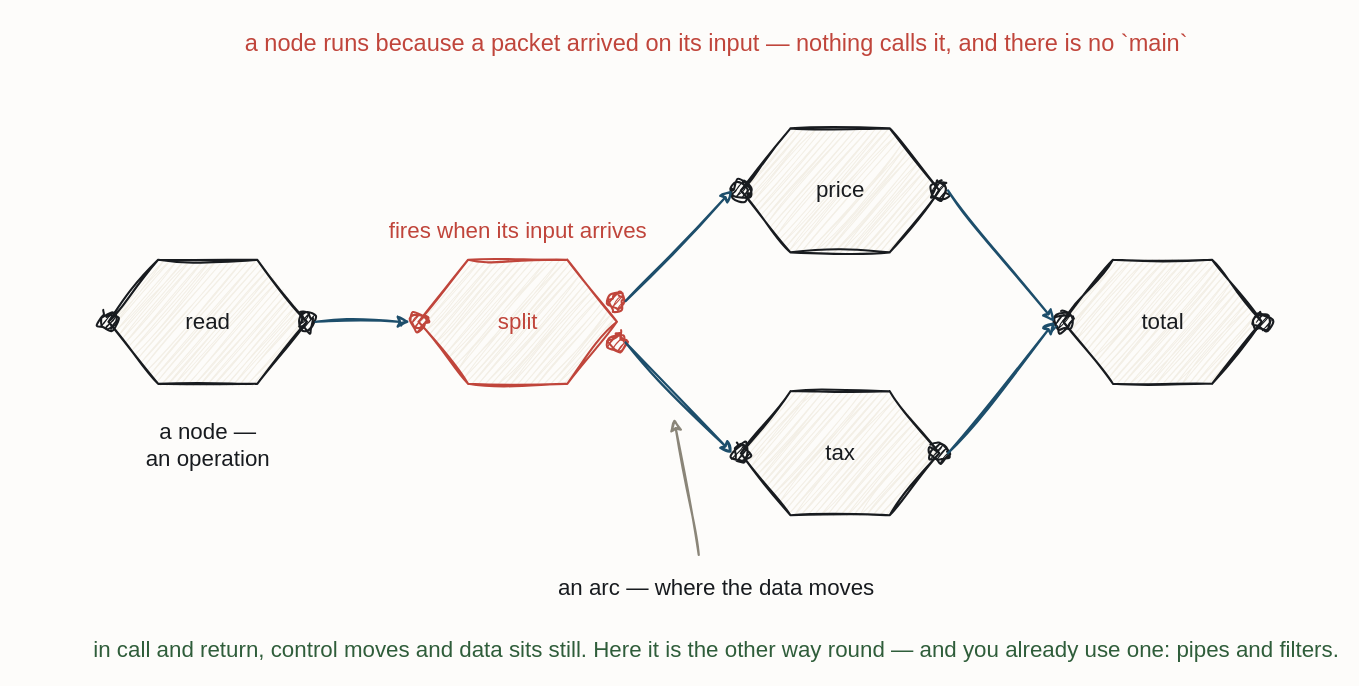
iancooper/practical-messaging keeps this draw.io diagram as resources/flow-dataflow-graph.drawio. Above is the earlier version. Source tidied: cells renumbered, new cells numbered last; positions are measured from the earlier drawing's top-left corner, leaving out a move shared by most shapes. Both pictures are drawn from the tidied source at 124%, with x=0, y=0 at pixel (99, 21).
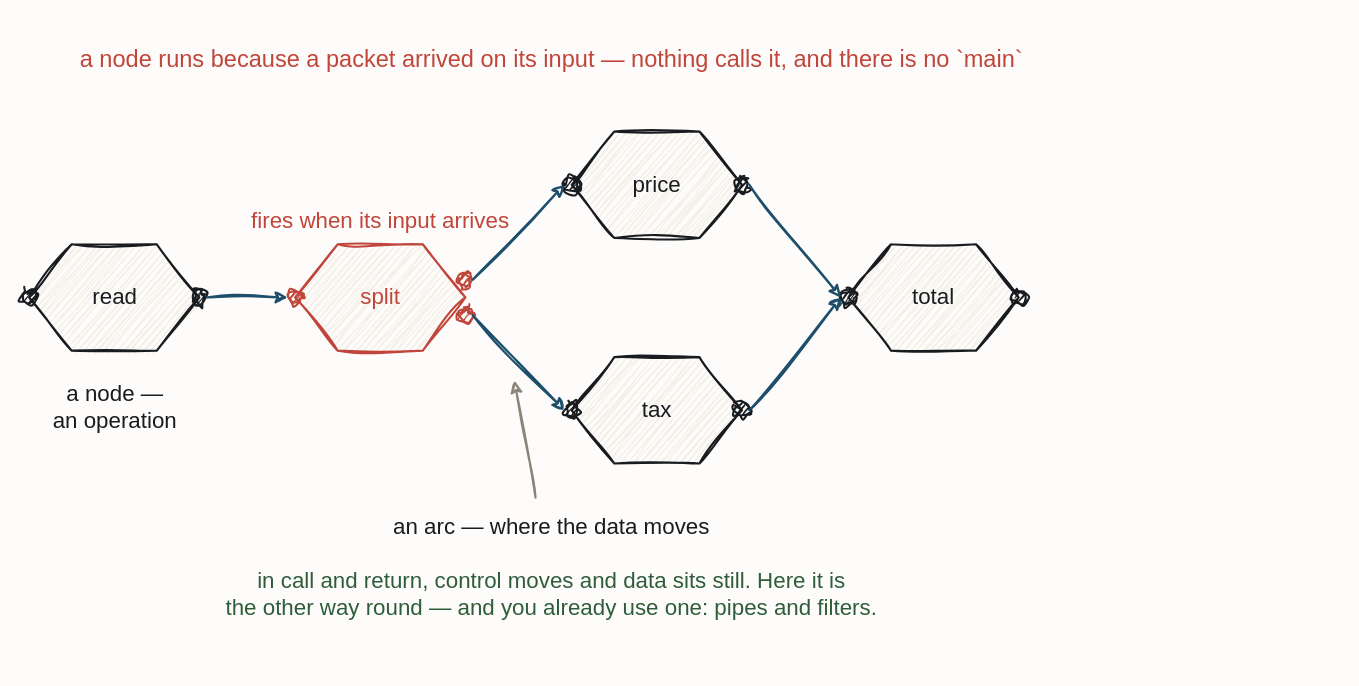
After the change.

Diff of the diagram source:
```diff
@@
     <mxCell id="2" value="a node runs because a packet arrived on its input — nothing calls it, and there is no `main`" style="text;html=1;align=center;fontFamily=Caveat;fontSize=19;fontColor=#C0453B;" parent="1" vertex="1">
-      <mxGeometry x="437" width="120" height="20" as="geometry" />
+      <mxGeometry x="303.5" y="13.1" width="120" height="20" as="geometry" />
     </mxCell>
     <mxCell id="3" value="read" style="sketch=1;hachureGap=4;jiggle=2;curveFitting=1;fontFamily=Caveat;html=1;shape=hexagon;perimeter=hexagonPerimeter2;strokeColor=#181B1F;strokeWidth=1.7;fillColor=#F3EFE6;fontColor=#181B1F;fontSize=18;" parent="1" vertex="1">
-      <mxGeometry x="7" y="192" width="160" height="100" as="geometry" />
+      <mxGeometry x="-57" y="179.5" width="137.3" height="85.8" as="geometry" />
     </mxCell>
     <mxCell id="4" style="sketch=1;hachureGap=4;jiggle=2;curveFitting=1;fontFamily=Caveat;html=1;ellipse;verticalLabelPosition=bottom;verticalAlign=top;strokeColor=#181B1F;strokeWidth=1.7;fillColor=#181B1F;fontColor=#181B1F;fontSize=14;" parent="1" vertex="1">
-      <mxGeometry y="235" width="14" height="14" as="geometry" />
+      <mxGeometry x="-63" y="216.4" width="12" height="12" as="geometry" />
     </mxCell>
     <mxCell id="5" style="sketch=1;hachureGap=4;jiggle=2;curveFitting=1;fontFamily=Caveat;html=1;ellipse;verticalLabelPosition=bottom;verticalAlign=top;strokeColor=#181B1F;strokeWidth=1.7;fillColor=#181B1F;fontColor=#181B1F;fontSize=14;" parent="1" vertex="1">
-      <mxGeometry x="160" y="235" width="14" height="14" as="geometry" />
+      <mxGeometry x="74.3" y="216.4" width="12" height="12" as="geometry" />
     </mxCell>
     <mxCell id="6" value="split" style="sketch=1;hachureGap=4;jiggle=2;curveFitting=1;fontFamily=Caveat;html=1;shape=hexagon;perimeter=hexagonPerimeter2;strokeColor=#C0453B;strokeWidth=1.7;fillColor=#F3EFE6;fontColor=#C0453B;fontSize=18;" parent="1" vertex="1">
-      <mxGeometry x="257" y="192" width="160" height="100" as="geometry" />
+      <mxGeometry x="157.5" y="179.5" width="137.3" height="85.8" as="geometry" />
     </mxCell>
     <mxCell id="7" style="sketch=1;hachureGap=4;jiggle=2;curveFitting=1;fontFamily=Caveat;html=1;ellipse;verticalLabelPosition=bottom;verticalAlign=top;strokeColor=#C0453B;strokeWidth=1.7;fillColor=#C0453B;fontColor=#C0453B;fontSize=14;" parent="1" vertex="1">
-      <mxGeometry x="250" y="235" width="14" height="14" as="geometry" />
+      <mxGeometry x="151.5" y="216.4" width="12" height="12" as="geometry" />
     </mxCell>
     <mxCell id="8" style="sketch=1;hachureGap=4;jiggle=2;curveFitting=1;fontFamily=Caveat;html=1;ellipse;verticalLabelPosition=bottom;verticalAlign=top;strokeColor=#C0453B;strokeWidth=1.7;fillColor=#C0453B;fontColor=#C0453B;fontSize=14;" parent="1" vertex="1">
-      <mxGeometry x="410" y="218.3" width="14" height="14" as="geometry" />
+      <mxGeometry x="288.8" y="202.1" width="12" height="12" as="geometry" />
     </mxCell>
     <mxCell id="9" style="sketch=1;hachureGap=4;jiggle=2;curveFitting=1;fontFamily=Caveat;html=1;ellipse;verticalLabelPosition=bottom;verticalAlign=top;strokeColor=#C0453B;strokeWidth=1.7;fillColor=#C0453B;fontColor=#C0453B;fontSize=14;" parent="1" vertex="1">
-      <mxGeometry x="410" y="251.7" width="14" height="14" as="geometry" />
+      <mxGeometry x="288.8" y="230.7" width="12" height="12" as="geometry" />
     </mxCell>
     <mxCell id="10" value="price" style="sketch=1;hachureGap=4;jiggle=2;curveFitting=1;fontFamily=Caveat;html=1;shape=hexagon;perimeter=hexagonPerimeter2;strokeColor=#181B1F;strokeWidth=1.7;fillColor=#F3EFE6;fontColor=#181B1F;fontSize=18;" parent="1" vertex="1">
-      <mxGeometry x="517" y="86" width="160" height="100" as="geometry" />
+      <mxGeometry x="380.6" y="88.6" width="137.3" height="85.8" as="geometry" />
     </mxCell>
     <mxCell id="11" style="sketch=1;hachureGap=4;jiggle=2;curveFitting=1;fontFamily=Caveat;html=1;ellipse;verticalLabelPosition=bottom;verticalAlign=top;strokeColor=#181B1F;strokeWidth=1.7;fillColor=#181B1F;fontColor=#181B1F;fontSize=14;" parent="1" vertex="1">
-      <mxGeometry x="510" y="129" width="14" height="14" as="geometry" />
+      <mxGeometry x="374.6" y="125.5" width="12" height="12" as="geometry" />
     </mxCell>
     <mxCell id="12" style="sketch=1;hachureGap=4;jiggle=2;curveFitting=1;fontFamily=Caveat;html=1;ellipse;verticalLabelPosition=bottom;verticalAlign=top;strokeColor=#181B1F;strokeWidth=1.7;fillColor=#181B1F;fontColor=#181B1F;fontSize=14;" parent="1" vertex="1">
-      <mxGeometry x="670" y="129" width="14" height="14" as="geometry" />
+      <mxGeometry x="511.9" y="125.5" width="12" height="12" as="geometry" />
     </mxCell>
     <mxCell id="13" value="tax" style="sketch=1;hachureGap=4;jiggle=2;curveFitting=1;fontFamily=Caveat;html=1;shape=hexagon;perimeter=hexagonPerimeter2;strokeColor=#181B1F;strokeWidth=1.7;fillColor=#F3EFE6;fontColor=#181B1F;fontSize=18;" parent="1" vertex="1">
-      <mxGeometry x="517" y="298" width="160" height="100" as="geometry" />
+      <mxGeometry x="380.6" y="270.5" width="137.3" height="85.8" as="geometry" />
     </mxCell>
     <mxCell id="14" style="sketch=1;hachureGap=4;jiggle=2;curveFitting=1;fontFamily=Caveat;html=1;ellipse;verticalLabelPosition=bottom;verticalAlign=top;strokeColor=#181B1F;strokeWidth=1.7;fillColor=#181B1F;fontColor=#181B1F;fontSize=14;" parent="1" vertex="1">
-      <mxGeometry x="510" y="341" width="14" height="14" as="geometry" />
+      <mxGeometry x="374.6" y="307.4" width="12" height="12" as="geometry" />
     </mxCell>
     <mxCell id="15" style="sketch=1;hachureGap=4;jiggle=2;curveFitting=1;fontFamily=Caveat;html=1;ellipse;verticalLabelPosition=bottom;verticalAlign=top;strokeColor=#181B1F;strokeWidth=1.7;fillColor=#181B1F;fontColor=#181B1F;fontSize=14;" parent="1" vertex="1">
-      <mxGeometry x="670" y="341" width="14" height="14" as="geometry" />
+      <mxGeometry x="511.9" y="307.4" width="12" height="12" as="geometry" />
     </mxCell>
     <mxCell id="16" value="total" style="sketch=1;hachureGap=4;jiggle=2;curveFitting=1;fontFamily=Caveat;html=1;shape=hexagon;perimeter=hexagonPerimeter2;strokeColor=#181B1F;strokeWidth=1.7;fillColor=#F3EFE6;fontColor=#181B1F;fontSize=18;" parent="1" vertex="1">
-      <mxGeometry x="777" y="192" width="160" height="100" as="geometry" />
+      <mxGeometry x="603.7" y="179.5" width="137.3" height="85.8" as="geometry" />
     </mxCell>
     <mxCell id="17" style="sketch=1;hachureGap=4;jiggle=2;curveFitting=1;fontFamily=Caveat;html=1;ellipse;verticalLabelPosition=bottom;verticalAlign=top;strokeColor=#181B1F;strokeWidth=1.7;fillColor=#181B1F;fontColor=#181B1F;fontSize=14;" parent="1" vertex="1">
-      <mxGeometry x="770" y="235" width="14" height="14" as="geometry" />
+      <mxGeometry x="597.7" y="216.4" width="12" height="12" as="geometry" />
     </mxCell>
     <mxCell id="18" style="sketch=1;hachureGap=4;jiggle=2;curveFitting=1;fontFamily=Caveat;html=1;ellipse;verticalLabelPosition=bottom;verticalAlign=top;strokeColor=#181B1F;strokeWidth=1.7;fillColor=#181B1F;fontColor=#181B1F;fontSize=14;" parent="1" vertex="1">
-      <mxGeometry x="930" y="235" width="14" height="14" as="geometry" />
+      <mxGeometry x="735" y="216.4" width="12" height="12" as="geometry" />
     </mxCell>
     <mxCell id="19" value="fires when its input arrives" style="text;html=1;align=center;fontFamily=Caveat;fontSize=18;fontColor=#C0453B;" parent="1" vertex="1">
-      <mxGeometry x="277" y="152" width="120" height="20" as="geometry" />
+      <mxGeometry x="166.2" y="143.5" width="120" height="20" as="geometry" />
     </mxCell>
     <mxCell id="20" value="a node —&#10;an operation" style="text;html=1;align=center;fontFamily=Caveat;fontSize=18;fontColor=#181B1F;" parent="1" vertex="1">
-      <mxGeometry x="27" y="314" width="120" height="20" as="geometry" />
+      <mxGeometry x="-48.3" y="282.5" width="120" height="20" as="geometry" />
     </mxCell>
     <mxCell id="21" value="an arc — where the data moves" style="text;html=1;align=center;fontFamily=Caveat;fontSize=18;fontColor=#181B1F;" parent="1" vertex="1">
-      <mxGeometry x="437" y="440" width="120" height="20" as="geometry" />
+      <mxGeometry x="303.5" y="390.6" width="120" height="20" as="geometry" />
     </mxCell>
-    <mxCell id="22" value="in call and return, control moves and data sits still. Here it is the other way round — and you already use one: pipes and filters." style="text;html=1;align=center;fontFamily=Caveat;fontSize=18;fontColor=#2F5D3A;" parent="1" vertex="1">
-      <mxGeometry x="437" y="490" width="120" height="20" as="geometry" />
+    <mxCell id="22" value="in call and return, control moves and data sits still. Here it is&#10;the other way round — and you already use one: pipes and filters." style="text;html=1;align=center;fontFamily=Caveat;fontSize=18;fontColor=#2F5D3A;" parent="1" vertex="1">
+      <mxGeometry x="303.5" y="433.5" width="120" height="20" as="geometry" />
     </mxCell>
@@
     <mxCell id="28" style="sketch=1;jiggle=2;curveFitting=1;edgeStyle=none;rounded=0;strokeColor=#8A8578;strokeWidth=1.8;fontFamily=Caveat;fontSize=18;fontColor=#2F5D3A;html=1;" parent="1" edge="1">
       <mxGeometry relative="1" as="geometry">
-        <mxPoint x="483" y="430" as="sourcePoint" />
-        <mxPoint x="463" y="320" as="targetPoint" />
+        <mxPoint x="351.4" y="383.8" as="sourcePoint" />
+        <mxPoint x="334.3" y="289.4" as="targetPoint" />
       </mxGeometry>
     </mxCell>
```
